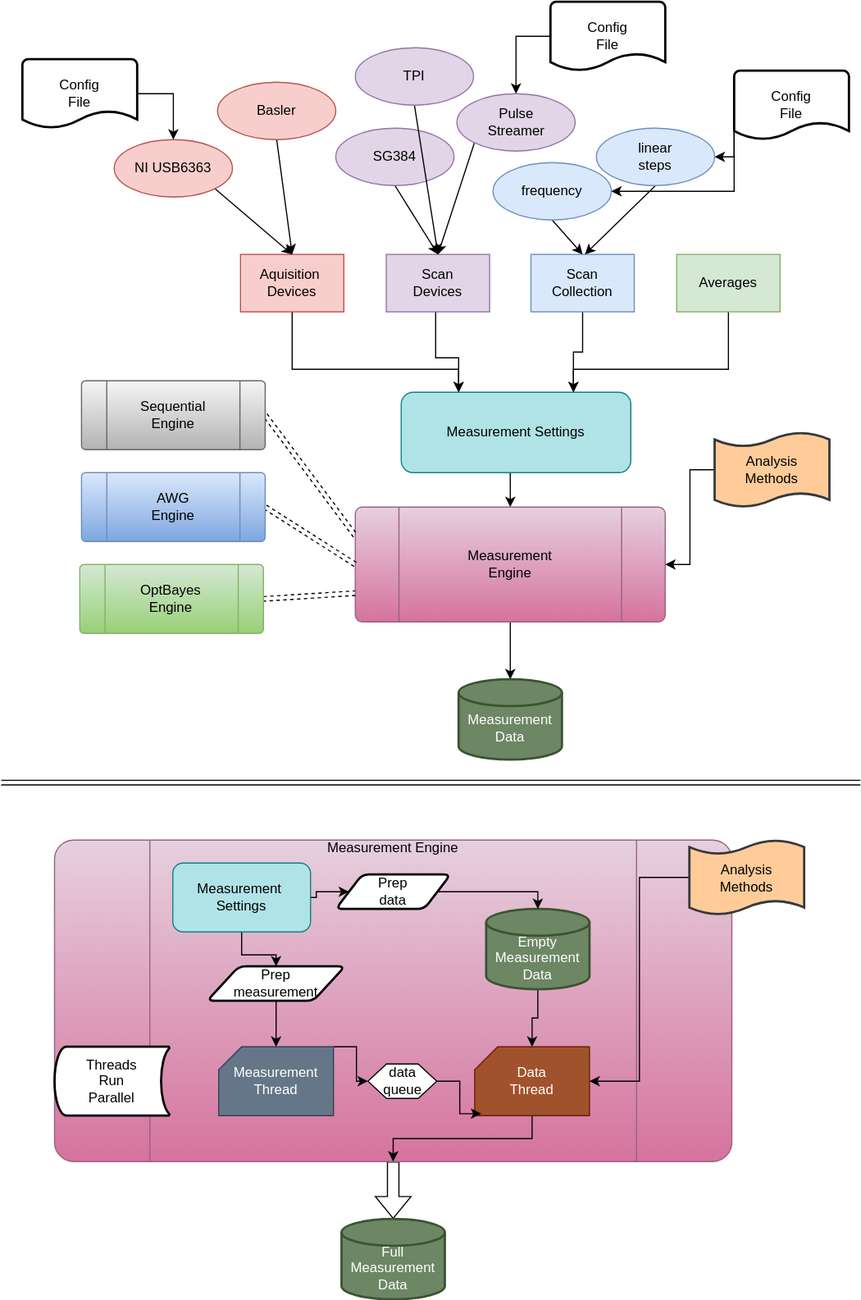
Earlier version of the draw.io export Baecon_overview.svg (olssonks/baecon). Source tidied: cells renumbered, new cells last; positions are measured from the earlier drawing's top-left corner, leaving out a move shared by most shapes.
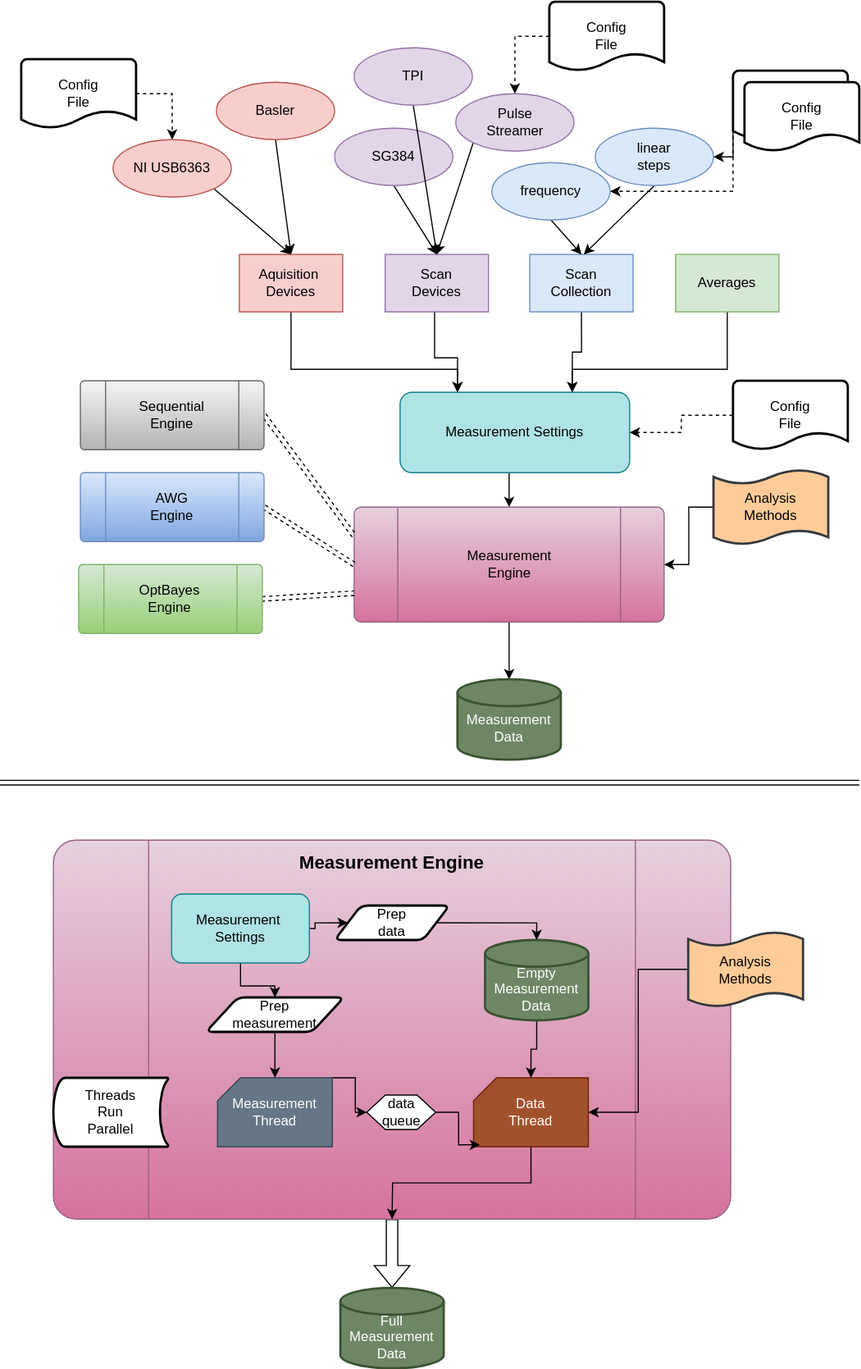
After the change.

The edit, as a diff of the source:
```diff
@@ -120,7 +120,7 @@
       <mxGeometry relative="1" as="geometry" />
     </mxCell>
     <mxCell id="35" value="&lt;div&gt;Analysis&lt;/div&gt;&lt;div&gt;Methods&lt;br&gt;&lt;/div&gt;" style="shape=tape;whiteSpace=wrap;html=1;strokeWidth=2;size=0.19;fillColor=#ffcc99;strokeColor=#36393d;" parent="1" vertex="1">
-      <mxGeometry x="621" y="375" width="100" height="65" as="geometry" />
+      <mxGeometry x="621" y="407.5" width="100" height="65" as="geometry" />
     </mxCell>
     <mxCell id="36" value="&lt;div&gt;Measurement&lt;/div&gt;&lt;div&gt;Data&lt;br&gt;&lt;/div&gt;" style="strokeWidth=2;html=1;shape=mxgraph.flowchart.database;whiteSpace=wrap;spacingTop=15;fillColor=#6d8764;fontColor=#ffffff;strokeColor=#3A5431;" parent="1" vertex="1">
       <mxGeometry x="398" y="590" width="90" height="70" as="geometry" />
@@ -128,8 +128,8 @@
     <mxCell id="37" style="edgeStyle=orthogonalEdgeStyle;rounded=0;jettySize=auto;html=1;exitX=0.5;exitY=1;exitDx=0;exitDy=0;entryX=0.5;entryY=0;entryDx=0;entryDy=0;entryPerimeter=0;shape=flexArrow;" parent="1" edge="1" source="38" target="63">
       <mxGeometry relative="1" as="geometry" />
     </mxCell>
-    <mxCell id="38" value="Measurement Engine&#10;" style="verticalLabelPosition=top;verticalAlign=bottom;html=1;shape=process;whiteSpace=wrap;rounded=1;size=0.14;arcSize=6;labelPosition=center;align=center;fillColor=#e6d0de;gradientColor=#d5739d;strokeColor=#996185;spacing=-29;spacingTop=0;" parent="1" vertex="1">
-      <mxGeometry x="46" y="730" width="590" height="280" as="geometry" />
+    <mxCell id="38" value="&lt;font style=&quot;font-size: 16px;&quot;&gt;&lt;b&gt;Measurement Engine&lt;br&gt;&lt;/b&gt;&lt;/font&gt;" style="verticalLabelPosition=top;verticalAlign=bottom;html=1;shape=process;whiteSpace=wrap;rounded=1;size=0.14;arcSize=6;labelPosition=center;align=center;fillColor=#e6d0de;gradientColor=#d5739d;strokeColor=#996185;spacing=-29;spacingTop=0;" parent="1" vertex="1">
+      <mxGeometry x="46" y="730" width="590" height="330" as="geometry" />
     </mxCell>
     <mxCell id="39" style="shape=link;html=1;rounded=0;" parent="1" edge="1">
       <mxGeometry relative="1" as="geometry">
@@ -137,7 +137,7 @@
         <mxPoint x="748" y="680" as="targetPoint" />
       </mxGeometry>
     </mxCell>
-    <mxCell id="40" style="edgeStyle=orthogonalEdgeStyle;rounded=0;jettySize=auto;html=1;exitX=1;exitY=0.5;exitDx=0;exitDy=0;exitPerimeter=0;entryX=0.5;entryY=0;entryDx=0;entryDy=0;" parent="1" edge="1" source="41" target="13">
+    <mxCell id="40" style="edgeStyle=orthogonalEdgeStyle;rounded=0;jettySize=auto;html=1;exitX=1;exitY=0.5;exitDx=0;exitDy=0;exitPerimeter=0;entryX=0.5;entryY=0;entryDx=0;entryDy=0;dashed=1;" parent="1" edge="1" source="41" target="13">
       <mxGeometry relative="1" as="geometry" />
     </mxCell>
     <mxCell id="41" value="&lt;div&gt;Config&lt;/div&gt;&lt;div&gt;File&lt;br&gt;&lt;/div&gt;" style="strokeWidth=2;html=1;shape=mxgraph.flowchart.document2;whiteSpace=wrap;size=0.25;" parent="1" vertex="1">
@@ -150,7 +150,7 @@
         </Array>
       </mxGeometry>
     </mxCell>
-    <mxCell id="43" style="edgeStyle=orthogonalEdgeStyle;rounded=0;jettySize=auto;html=1;exitX=0;exitY=0.75;exitDx=0;exitDy=0;exitPerimeter=0;entryX=1;entryY=0.5;entryDx=0;entryDy=0;" parent="1" edge="1" source="44" target="23">
+    <mxCell id="43" style="edgeStyle=orthogonalEdgeStyle;rounded=0;jettySize=auto;html=1;exitX=0;exitY=0.75;exitDx=0;exitDy=0;exitPerimeter=0;entryX=1;entryY=0.5;entryDx=0;entryDy=0;dashed=1;" parent="1" edge="1" source="44" target="23">
       <mxGeometry relative="1" as="geometry">
         <Array as="points">
           <mxPoint x="638" y="165" />
@@ -160,7 +160,7 @@
     <mxCell id="44" value="&lt;div&gt;Config&lt;/div&gt;&lt;div&gt;File&lt;br&gt;&lt;/div&gt;" style="strokeWidth=2;html=1;shape=mxgraph.flowchart.document2;whiteSpace=wrap;size=0.25;" parent="1" vertex="1">
       <mxGeometry x="638" y="60" width="100" height="60" as="geometry" />
     </mxCell>
-    <mxCell id="45" style="edgeStyle=orthogonalEdgeStyle;rounded=0;jettySize=auto;html=1;exitX=0;exitY=0.5;exitDx=0;exitDy=0;exitPerimeter=0;entryX=0.5;entryY=0;entryDx=0;entryDy=0;" parent="1" edge="1" source="46" target="21">
+    <mxCell id="45" style="edgeStyle=orthogonalEdgeStyle;rounded=0;jettySize=auto;html=1;exitX=0;exitY=0.5;exitDx=0;exitDy=0;exitPerimeter=0;entryX=0.5;entryY=0;entryDx=0;entryDy=0;dashed=1;" parent="1" edge="1" source="46" target="21">
       <mxGeometry relative="1" as="geometry" />
     </mxCell>
     <mxCell id="46" value="&lt;div&gt;Config&lt;/div&gt;&lt;div&gt;File&lt;br&gt;&lt;/div&gt;" style="strokeWidth=2;html=1;shape=mxgraph.flowchart.document2;whiteSpace=wrap;size=0.25;" parent="1" vertex="1">
@@ -169,8 +169,8 @@
     <mxCell id="47" style="edgeStyle=orthogonalEdgeStyle;rounded=0;jettySize=auto;html=1;exitX=1;exitY=0.5;exitDx=0;exitDy=0;entryX=0;entryY=0.5;entryDx=0;entryDy=0;" parent="1" edge="1" source="49" target="60">
       <mxGeometry relative="1" as="geometry">
         <Array as="points">
-          <mxPoint x="274" y="780" />
-          <mxPoint x="274" y="775" />
+          <mxPoint x="274" y="807" />
+          <mxPoint x="274" y="802" />
         </Array>
       </mxGeometry>
     </mxCell>
@@ -178,64 +178,75 @@
       <mxGeometry relative="1" as="geometry" />
     </mxCell>
     <mxCell id="49" value="&lt;div&gt;Measurement&amp;nbsp;&lt;/div&gt;&lt;div&gt;Settings&lt;/div&gt;" style="rounded=1;whiteSpace=wrap;html=1;fillColor=#b0e3e6;strokeColor=#0e8088;" parent="1" vertex="1">
-      <mxGeometry x="149" y="750" width="120" height="60" as="geometry" />
+      <mxGeometry x="149" y="777" width="120" height="60" as="geometry" />
     </mxCell>
     <mxCell id="50" style="edgeStyle=orthogonalEdgeStyle;rounded=0;jettySize=auto;html=1;exitX=1;exitY=0;exitDx=0;exitDy=0;exitPerimeter=0;entryX=0;entryY=0.5;entryDx=0;entryDy=0;" parent="1" edge="1" source="51" target="58">
       <mxGeometry relative="1" as="geometry">
         <Array as="points">
-          <mxPoint x="309" y="910" />
-          <mxPoint x="309" y="940" />
+          <mxPoint x="309" y="937" />
+          <mxPoint x="309" y="967" />
         </Array>
       </mxGeometry>
     </mxCell>
     <mxCell id="51" value="&lt;div&gt;Measurement&lt;/div&gt;&lt;div&gt;Thread&lt;br&gt;&lt;/div&gt;" style="verticalLabelPosition=middle;verticalAlign=middle;html=1;shape=card;whiteSpace=wrap;size=20;arcSize=12;labelPosition=center;align=center;fillColor=#647687;fontColor=#ffffff;strokeColor=#314354;" parent="1" vertex="1">
-      <mxGeometry x="189" y="910" width="100" height="60" as="geometry" />
+      <mxGeometry x="189" y="937" width="100" height="60" as="geometry" />
     </mxCell>
-    <mxCell id="52" style="edgeStyle=orthogonalEdgeStyle;rounded=0;jettySize=auto;html=1;exitX=0.5;exitY=1;exitDx=0;exitDy=0;exitPerimeter=0;entryX=0.5;entryY=1;entryDx=0;entryDy=0;" parent="1" edge="1" source="53" target="38">
-      <mxGeometry relative="1" as="geometry" />
+    <mxCell id="52" style="edgeStyle=orthogonalEdgeStyle;rounded=0;jettySize=auto;html=1;exitX=0.5;exitY=1;exitDx=0;exitDy=0;exitPerimeter=0;" parent="1" edge="1" source="53">
+      <mxGeometry relative="1" as="geometry">
+        <mxPoint x="341" y="1060" as="targetPoint" />
+      </mxGeometry>
     </mxCell>
     <mxCell id="53" value="&lt;div&gt;Data&lt;br&gt;&lt;/div&gt;&lt;div&gt;Thread&lt;br&gt;&lt;/div&gt;" style="verticalLabelPosition=middle;verticalAlign=middle;html=1;shape=card;whiteSpace=wrap;size=20;arcSize=12;labelPosition=center;align=center;fillColor=#a0522d;fontColor=#ffffff;strokeColor=#6D1F00;" parent="1" vertex="1">
-      <mxGeometry x="412" y="910" width="100" height="60" as="geometry" />
+      <mxGeometry x="412" y="937" width="100" height="60" as="geometry" />
     </mxCell>
     <mxCell id="54" style="edgeStyle=orthogonalEdgeStyle;rounded=0;jettySize=auto;html=1;exitX=0.5;exitY=1;exitDx=0;exitDy=0;exitPerimeter=0;entryX=0.5;entryY=0;entryDx=0;entryDy=0;entryPerimeter=0;" parent="1" edge="1" source="55" target="53">
       <mxGeometry relative="1" as="geometry" />
     </mxCell>
     <mxCell id="55" value="&lt;div&gt;Empty&lt;br&gt;&lt;/div&gt;&lt;div&gt;Measurement&lt;/div&gt;&lt;div&gt;Data&lt;br&gt;&lt;/div&gt;" style="strokeWidth=2;html=1;shape=mxgraph.flowchart.database;whiteSpace=wrap;spacingTop=15;fillColor=#6d8764;fontColor=#ffffff;strokeColor=#3A5431;" parent="1" vertex="1">
-      <mxGeometry x="422" y="790" width="90" height="70" as="geometry" />
+      <mxGeometry x="422" y="817" width="90" height="70" as="geometry" />
     </mxCell>
     <mxCell id="56" value="&lt;div&gt;Threads&lt;/div&gt;&lt;div&gt;Run&lt;/div&gt;&lt;div&gt;Parallel&lt;br&gt;&lt;/div&gt;" style="strokeWidth=2;html=1;shape=mxgraph.flowchart.stored_data;whiteSpace=wrap;" parent="1" vertex="1">
-      <mxGeometry x="46" y="910" width="100" height="60" as="geometry" />
+      <mxGeometry x="46" y="937" width="100" height="60" as="geometry" />
     </mxCell>
     <mxCell id="57" style="edgeStyle=orthogonalEdgeStyle;rounded=0;jettySize=auto;html=1;exitX=1;exitY=0.5;exitDx=0;exitDy=0;entryX=0.057;entryY=0.972;entryDx=0;entryDy=0;entryPerimeter=0;" parent="1" edge="1" source="58" target="53">
       <mxGeometry relative="1" as="geometry" />
     </mxCell>
     <mxCell id="58" value="&lt;div&gt;data&lt;/div&gt;&lt;div&gt;queue&lt;/div&gt;" style="verticalLabelPosition=middle;verticalAlign=middle;html=1;shape=hexagon;perimeter=hexagonPerimeter2;arcSize=6;size=0.27;labelPosition=center;align=center;" parent="1" vertex="1">
-      <mxGeometry x="319" y="925" width="60" height="30" as="geometry" />
+      <mxGeometry x="319" y="952" width="60" height="30" as="geometry" />
     </mxCell>
     <mxCell id="59" style="edgeStyle=orthogonalEdgeStyle;rounded=0;jettySize=auto;html=1;exitX=1;exitY=0.5;exitDx=0;exitDy=0;entryX=0.5;entryY=0;entryDx=0;entryDy=0;entryPerimeter=0;" parent="1" edge="1" source="60" target="55">
       <mxGeometry relative="1" as="geometry">
         <Array as="points">
-          <mxPoint x="467" y="775" />
+          <mxPoint x="467" y="802" />
         </Array>
       </mxGeometry>
     </mxCell>
     <mxCell id="60" value="&lt;div&gt;Prep&lt;/div&gt;&lt;div&gt;data&lt;br&gt;&lt;/div&gt;" style="shape=parallelogram;html=1;strokeWidth=2;perimeter=parallelogramPerimeter;whiteSpace=wrap;rounded=1;arcSize=12;size=0.23;" parent="1" vertex="1">
-      <mxGeometry x="291" y="760" width="100" height="30" as="geometry" />
+      <mxGeometry x="291" y="787" width="100" height="30" as="geometry" />
     </mxCell>
     <mxCell id="61" style="edgeStyle=orthogonalEdgeStyle;rounded=0;jettySize=auto;html=1;exitX=0.5;exitY=1;exitDx=0;exitDy=0;entryX=0.5;entryY=0;entryDx=0;entryDy=0;entryPerimeter=0;" parent="1" edge="1" source="62" target="51">
       <mxGeometry relative="1" as="geometry" />
     </mxCell>
     <mxCell id="62" value="&lt;div&gt;Prep&lt;/div&gt;&lt;div&gt;measurement&lt;br&gt;&lt;/div&gt;" style="shape=parallelogram;html=1;strokeWidth=2;perimeter=parallelogramPerimeter;whiteSpace=wrap;rounded=1;arcSize=12;size=0.23;" parent="1" vertex="1">
-      <mxGeometry x="179" y="840" width="120" height="30" as="geometry" />
+      <mxGeometry x="179" y="867" width="120" height="30" as="geometry" />
     </mxCell>
     <mxCell id="63" value="&lt;div&gt;Full&lt;br&gt;&lt;/div&gt;&lt;div&gt;Measurement&lt;/div&gt;&lt;div&gt;Data&lt;br&gt;&lt;/div&gt;" style="strokeWidth=2;html=1;shape=mxgraph.flowchart.database;whiteSpace=wrap;spacingTop=15;fillColor=#6d8764;fontColor=#ffffff;strokeColor=#3A5431;" parent="1" vertex="1">
-      <mxGeometry x="296" y="1060" width="90" height="70" as="geometry" />
+      <mxGeometry x="296" y="1120" width="90" height="70" as="geometry" />
     </mxCell>
     <mxCell id="64" style="edgeStyle=orthogonalEdgeStyle;rounded=0;jettySize=auto;html=1;exitX=0;exitY=0.5;exitDx=0;exitDy=0;exitPerimeter=0;entryX=1;entryY=0.5;entryDx=0;entryDy=0;entryPerimeter=0;" parent="1" edge="1" source="65" target="53">
       <mxGeometry relative="1" as="geometry" />
     </mxCell>
     <mxCell id="65" value="&lt;div&gt;Analysis&lt;/div&gt;&lt;div&gt;Methods&lt;br&gt;&lt;/div&gt;" style="shape=tape;whiteSpace=wrap;html=1;strokeWidth=2;size=0.19;fillColor=#ffcc99;strokeColor=#36393d;" parent="1" vertex="1">
-      <mxGeometry x="599" y="730" width="100" height="65" as="geometry" />
+      <mxGeometry x="599" y="810" width="100" height="65" as="geometry" />
     </mxCell>
+    <mxCell id="66" value="&lt;div&gt;Config&lt;/div&gt;&lt;div&gt;File&lt;br&gt;&lt;/div&gt;" style="strokeWidth=2;html=1;shape=mxgraph.flowchart.document2;whiteSpace=wrap;size=0.25;" parent="1" vertex="1">
+      <mxGeometry x="648" y="70" width="100" height="60" as="geometry" />
+    </mxCell>
+    <mxCell id="67" style="edgeStyle=orthogonalEdgeStyle;rounded=0;jettySize=auto;html=1;exitX=0;exitY=0.5;exitDx=0;exitDy=0;exitPerimeter=0;entryX=1;entryY=0.5;entryDx=0;entryDy=0;dashed=1;" parent="1" edge="1" source="68" target="3">
+      <mxGeometry relative="1" as="geometry" />
+    </mxCell>
+    <mxCell id="68" value="&lt;div&gt;Config&lt;/div&gt;&lt;div&gt;File&lt;br&gt;&lt;/div&gt;" style="strokeWidth=2;html=1;shape=mxgraph.flowchart.document2;whiteSpace=wrap;size=0.25;" parent="1" vertex="1">
+      <mxGeometry x="638" y="330" width="100" height="60" as="geometry" />
+    </mxCell>
   </root>
 </mxGraphModel>
```
